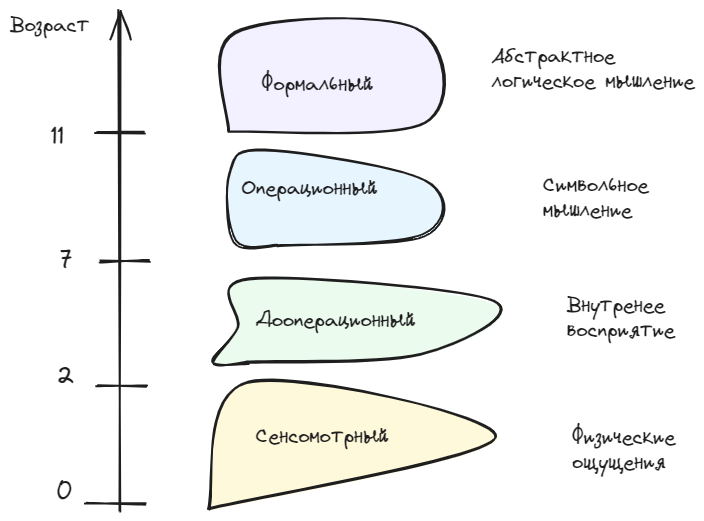
This is diplom/assets/pedagogic/psy/piage.excalidraw.png from NMashalov/EducationGenerativeModelApplication, a Excalidraw export, as it was before one commit. Source tidied: one line per element, renumbered; positions are measured from the earlier drawing's top-left corner, leaving out a move shared by most shapes. Its diagram source:
```json
{"id": 0, "type": "line", "strokeColor": "#1e1e1e", "backgroundColor": "#ebfbee", "fillStyle": "solid", "strokeWidth": 2, "roughness": 1, "round": true, "x": 237, "y": 352, "width": 281, "height": 85, "points": [[0, 0], [-34, -1], [-10, -34], [3, -85], [247, -61], [174, -8], [0, 0]]}
{"id": 1, "type": "line", "strokeColor": "#1e1e1e", "backgroundColor": "#fff9db", "fillStyle": "solid", "strokeWidth": 2, "roughness": 1, "round": true, "x": 200, "y": 498, "width": 286, "height": 126, "points": [[0, 0], [38, -126], [286, -72], [0, 0]]}
{"id": 2, "type": "text", "text": "Сенсомотрный \n", "strokeColor": "#1e1e1e", "strokeWidth": 2, "roughness": 1, "fontSize": 20, "fontFamily": 1, "x": 245, "y": 413, "width": 143, "height": 50}
{"id": 3, "type": "text", "text": "Дооперационный\n ", "strokeColor": "#1e1e1e", "backgroundColor": "#fff9db", "fillStyle": "solid", "strokeWidth": 2, "roughness": 1, "fontSize": 20, "fontFamily": 1, "x": 246, "y": 297, "width": 160, "height": 50}
{"id": 4, "type": "arrow", "strokeColor": "#1e1e1e", "backgroundColor": "#e3fafc", "fillStyle": "solid", "strokeWidth": 2, "roughness": 1, "endArrowhead": "arrow", "round": true, "x": 109, "y": 500, "width": 0, "height": 500, "points": [[0, 0], [0, -500]]}
{"id": 5, "type": "line", "strokeColor": "#1e1e1e", "backgroundColor": "#e7f5ff", "fillStyle": "solid", "strokeWidth": 2, "roughness": 1, "round": true, "x": 268, "y": 235, "width": 194, "height": 95, "points": [[0, 0], [-44, -4], [-48, -72], [-12, -95], [147, -66], [146, -10], [0, 0]]}
{"id": 6, "type": "line", "strokeColor": "#1e1e1e", "backgroundColor": "#f3f0ff", "fillStyle": "solid", "strokeWidth": 2, "roughness": 1, "round": true, "x": 218, "y": 121, "width": 196, "height": 103, "points": [[0, 0], [6, -99], [187, -103], [196, -8], [0, 0]]}
{"id": 7, "type": "text", "text": "Формальный", "strokeColor": "#1e1e1e", "backgroundColor": "#fff9db", "fillStyle": "solid", "strokeWidth": 2, "roughness": 1, "fontSize": 20, "fontFamily": 1, "x": 252, "y": 61, "width": 112, "height": 25}
{"id": 8, "type": "text", "text": "Операционный", "strokeColor": "#1e1e1e", "backgroundColor": "#fff9db", "fillStyle": "solid", "strokeWidth": 2, "roughness": 1, "fontSize": 20, "fontFamily": 1, "x": 231, "y": 166, "width": 136, "height": 25}
{"id": 9, "type": "line", "strokeColor": "#1e1e1e", "backgroundColor": "#fff9db", "fillStyle": "solid", "strokeWidth": 2, "roughness": 1, "round": true, "x": 85, "y": 122, "width": 50, "height": 0, "points": [[0, 0], [50, 0]]}
{"id": 10, "type": "text", "text": "11", "strokeColor": "#1e1e1e", "backgroundColor": "#fff9db", "fillStyle": "solid", "strokeWidth": 2, "roughness": 1, "fontSize": 24.81, "fontFamily": 1, "x": 41, "y": 111, "width": 13, "height": 31}
{"id": 11, "type": "text", "text": "7 ", "strokeColor": "#1e1e1e", "backgroundColor": "#fff9db", "fillStyle": "solid", "strokeWidth": 2, "roughness": 1, "fontSize": 24.81, "fontFamily": 1, "x": 50, "y": 236, "width": 26, "height": 31}
{"id": 12, "type": "line", "strokeColor": "#1e1e1e", "backgroundColor": "#fff9db", "fillStyle": "solid", "strokeWidth": 2, "roughness": 1, "round": true, "x": 89, "y": 251, "width": 50, "height": 0, "points": [[0, 0], [50, 0]]}
{"id": 13, "type": "line", "strokeColor": "#1e1e1e", "backgroundColor": "#fff9db", "fillStyle": "solid", "strokeWidth": 2, "roughness": 1, "round": true, "x": 87, "y": 375, "width": 50, "height": 0, "points": [[0, 0], [50, 0]]}
{"id": 14, "type": "text", "text": "Возраст", "strokeColor": "#1e1e1e", "backgroundColor": "#fff9db", "fillStyle": "solid", "strokeWidth": 2, "roughness": 1, "fontSize": 20, "fontFamily": 1, "x": 0, "y": 2, "width": 79, "height": 25}
{"id": 15, "type": "text", "text": "2", "strokeColor": "#1e1e1e", "backgroundColor": "#fff9db", "fillStyle": "solid", "strokeWidth": 2, "roughness": 1, "fontSize": 24.81, "fontFamily": 1, "x": 46, "y": 350, "width": 18, "height": 31}
{"id": 16, "type": "line", "strokeColor": "#1e1e1e", "backgroundColor": "#fff9db", "fillStyle": "solid", "strokeWidth": 2, "roughness": 1, "round": true, "x": 76, "y": 492, "width": 59, "height": 1, "points": [[0, 0], [59, 1]]}
{"id": 17, "type": "text", "text": "0", "strokeColor": "#1e1e1e", "backgroundColor": "#fff9db", "fillStyle": "solid", "strokeWidth": 2, "roughness": 1, "fontSize": 24.81, "fontFamily": 1, "x": 46, "y": 466, "width": 17, "height": 31}
{"id": 18, "type": "text", "text": "Физические\nощущения", "strokeColor": "#1e1e1e", "backgroundColor": "#fff9db", "fillStyle": "solid", "strokeWidth": 2, "roughness": 1, "fontSize": 20, "fontFamily": 1, "x": 562, "y": 415, "width": 103, "height": 50}
{"id": 19, "type": "text", "text": "Абстрактное\nлогическое мышление", "strokeColor": "#1e1e1e", "backgroundColor": "#fff9db", "fillStyle": "solid", "strokeWidth": 2, "roughness": 1, "fontSize": 20, "fontFamily": 1, "x": 481, "y": 33, "width": 203, "height": 50}
{"id": 20, "type": "text", "text": "Внутренее \nвосприятие", "strokeColor": "#1e1e1e", "backgroundColor": "#fff9db", "fillStyle": "solid", "strokeWidth": 2, "roughness": 1, "fontSize": 20, "fontFamily": 1, "x": 557, "y": 283, "width": 108, "height": 50}
{"id": 21, "type": "text", "text": "Символьное\nмышление", "strokeColor": "#1e1e1e", "backgroundColor": "#fff9db", "fillStyle": "solid", "strokeWidth": 2, "roughness": 1, "fontSize": 20, "fontFamily": 1, "x": 533, "y": 162, "width": 106, "height": 50}
```
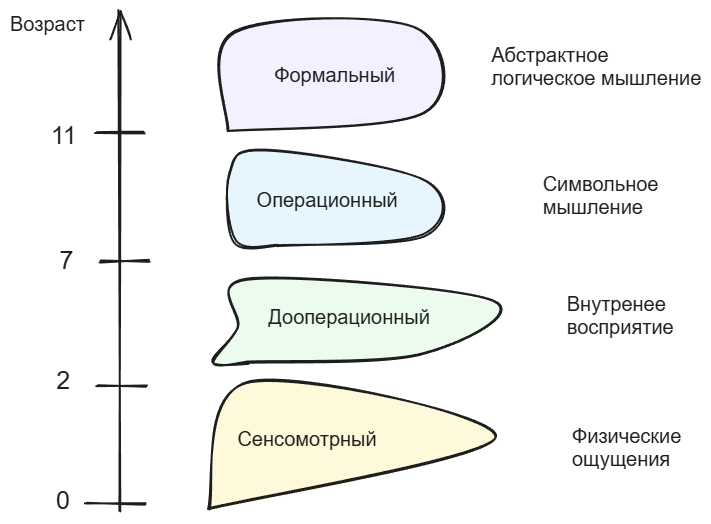
After the change.

Diff of the diagram source:
```diff
@@ -1,22 +1,22 @@
 {"id": 0, "type": "line", "strokeColor": "#1e1e1e", "backgroundColor": "#ebfbee", "fillStyle": "solid", "strokeWidth": 2, "roughness": 1, "round": true, "x": 237, "y": 352, "width": 281, "height": 85, "points": [[0, 0], [-34, -1], [-10, -34], [3, -85], [247, -61], [174, -8], [0, 0]]}
 {"id": 1, "type": "line", "strokeColor": "#1e1e1e", "backgroundColor": "#fff9db", "fillStyle": "solid", "strokeWidth": 2, "roughness": 1, "round": true, "x": 200, "y": 498, "width": 286, "height": 126, "points": [[0, 0], [38, -126], [286, -72], [0, 0]]}
-{"id": 2, "type": "text", "text": "Сенсомотрный \n", "strokeColor": "#1e1e1e", "strokeWidth": 2, "roughness": 1, "fontSize": 20, "fontFamily": 1, "x": 245, "y": 413, "width": 143, "height": 50}
+{"id": 2, "type": "text", "text": "Сенсомотрный \n", "strokeColor": "#1e1e1e", "strokeWidth": 2, "roughness": 1, "fontSize": 20, "fontFamily": 2, "x": 227, "y": 418, "width": 145, "height": 46}
-{"id": 3, "type": "text", "text": "Дооперационный\n ", "strokeColor": "#1e1e1e", "backgroundColor": "#fff9db", "fillStyle": "solid", "strokeWidth": 2, "roughness": 1, "fontSize": 20, "fontFamily": 1, "x": 246, "y": 297, "width": 160, "height": 50}
+{"id": 3, "type": "text", "text": "Дооперационный\n ", "strokeColor": "#1e1e1e", "backgroundColor": "#fff9db", "fillStyle": "solid", "strokeWidth": 2, "roughness": 1, "fontSize": 20, "fontFamily": 2, "x": 258, "y": 295, "width": 162, "height": 46}
 {"id": 4, "type": "arrow", "strokeColor": "#1e1e1e", "backgroundColor": "#e3fafc", "fillStyle": "solid", "strokeWidth": 2, "roughness": 1, "endArrowhead": "arrow", "round": true, "x": 109, "y": 500, "width": 0, "height": 500, "points": [[0, 0], [0, -500]]}
 {"id": 5, "type": "line", "strokeColor": "#1e1e1e", "backgroundColor": "#e7f5ff", "fillStyle": "solid", "strokeWidth": 2, "roughness": 1, "round": true, "x": 268, "y": 235, "width": 194, "height": 95, "points": [[0, 0], [-44, -4], [-48, -72], [-12, -95], [147, -66], [146, -10], [0, 0]]}
-{"id": 6, "type": "line", "strokeColor": "#1e1e1e", "backgroundColor": "#f3f0ff", "fillStyle": "solid", "strokeWidth": 2, "roughness": 1, "round": true, "x": 218, "y": 121, "width": 196, "height": 103, "points": [[0, 0], [6, -99], [187, -103], [196, -8], [0, 0]]}
+{"id": 6, "type": "line", "strokeColor": "#1e1e1e", "backgroundColor": "#f3f0ff", "fillStyle": "solid", "strokeWidth": 2, "roughness": 1, "round": true, "x": 218, "y": 121, "width": 196, "height": 103, "points": [[0, 0], [6, -99], [187, -103], [196, -17], [0, 0]]}
-{"id": 7, "type": "text", "text": "Формальный", "strokeColor": "#1e1e1e", "backgroundColor": "#fff9db", "fillStyle": "solid", "strokeWidth": 2, "roughness": 1, "fontSize": 20, "fontFamily": 1, "x": 252, "y": 61, "width": 112, "height": 25}
+{"id": 7, "type": "text", "text": "Формальный", "strokeColor": "#1e1e1e", "backgroundColor": "#fff9db", "fillStyle": "solid", "strokeWidth": 2, "roughness": 1, "fontSize": 20, "fontFamily": 2, "x": 264, "y": 54, "width": 121, "height": 23}
-{"id": 8, "type": "text", "text": "Операционный", "strokeColor": "#1e1e1e", "backgroundColor": "#fff9db", "fillStyle": "solid", "strokeWidth": 2, "roughness": 1, "fontSize": 20, "fontFamily": 1, "x": 231, "y": 166, "width": 136, "height": 25}
+{"id": 8, "type": "text", "text": "Операционный", "strokeColor": "#1e1e1e", "backgroundColor": "#fff9db", "fillStyle": "solid", "strokeWidth": 2, "roughness": 1, "fontSize": 20, "fontFamily": 2, "x": 247, "y": 178, "width": 141, "height": 23}
 {"id": 9, "type": "line", "strokeColor": "#1e1e1e", "backgroundColor": "#fff9db", "fillStyle": "solid", "strokeWidth": 2, "roughness": 1, "round": true, "x": 85, "y": 122, "width": 50, "height": 0, "points": [[0, 0], [50, 0]]}
-{"id": 10, "type": "text", "text": "11", "strokeColor": "#1e1e1e", "backgroundColor": "#fff9db", "fillStyle": "solid", "strokeWidth": 2, "roughness": 1, "fontSize": 24.81, "fontFamily": 1, "x": 41, "y": 111, "width": 13, "height": 31}
+{"id": 10, "type": "text", "text": "11", "strokeColor": "#1e1e1e", "backgroundColor": "#fff9db", "fillStyle": "solid", "strokeWidth": 2, "roughness": 1, "fontSize": 24.81, "fontFamily": 2, "x": 41, "y": 111, "width": 26, "height": 29}
-{"id": 11, "type": "text", "text": "7 ", "strokeColor": "#1e1e1e", "backgroundColor": "#fff9db", "fillStyle": "solid", "strokeWidth": 2, "roughness": 1, "fontSize": 24.81, "fontFamily": 1, "x": 50, "y": 236, "width": 26, "height": 31}
+{"id": 11, "type": "text", "text": "7 ", "strokeColor": "#1e1e1e", "backgroundColor": "#fff9db", "fillStyle": "solid", "strokeWidth": 2, "roughness": 1, "fontSize": 24.81, "fontFamily": 2, "x": 50, "y": 236, "width": 21, "height": 29}
 {"id": 12, "type": "line", "strokeColor": "#1e1e1e", "backgroundColor": "#fff9db", "fillStyle": "solid", "strokeWidth": 2, "roughness": 1, "round": true, "x": 89, "y": 251, "width": 50, "height": 0, "points": [[0, 0], [50, 0]]}
 {"id": 13, "type": "line", "strokeColor": "#1e1e1e", "backgroundColor": "#fff9db", "fillStyle": "solid", "strokeWidth": 2, "roughness": 1, "round": true, "x": 87, "y": 375, "width": 50, "height": 0, "points": [[0, 0], [50, 0]]}
-{"id": 14, "type": "text", "text": "Возраст", "strokeColor": "#1e1e1e", "backgroundColor": "#fff9db", "fillStyle": "solid", "strokeWidth": 2, "roughness": 1, "fontSize": 20, "fontFamily": 1, "x": 0, "y": 2, "width": 79, "height": 25}
+{"id": 14, "type": "text", "text": "Возраст", "strokeColor": "#1e1e1e", "backgroundColor": "#fff9db", "fillStyle": "solid", "strokeWidth": 2, "roughness": 1, "fontSize": 20, "fontFamily": 2, "x": 0, "y": 2, "width": 75, "height": 23}
-{"id": 15, "type": "text", "text": "2", "strokeColor": "#1e1e1e", "backgroundColor": "#fff9db", "fillStyle": "solid", "strokeWidth": 2, "roughness": 1, "fontSize": 24.81, "fontFamily": 1, "x": 46, "y": 350, "width": 18, "height": 31}
+{"id": 15, "type": "text", "text": "2", "strokeColor": "#1e1e1e", "backgroundColor": "#fff9db", "fillStyle": "solid", "strokeWidth": 2, "roughness": 1, "fontSize": 24.81, "fontFamily": 2, "x": 46, "y": 355, "width": 14, "height": 29}
 {"id": 16, "type": "line", "strokeColor": "#1e1e1e", "backgroundColor": "#fff9db", "fillStyle": "solid", "strokeWidth": 2, "roughness": 1, "round": true, "x": 76, "y": 492, "width": 59, "height": 1, "points": [[0, 0], [59, 1]]}
-{"id": 17, "type": "text", "text": "0", "strokeColor": "#1e1e1e", "backgroundColor": "#fff9db", "fillStyle": "solid", "strokeWidth": 2, "roughness": 1, "fontSize": 24.81, "fontFamily": 1, "x": 46, "y": 466, "width": 17, "height": 31}
+{"id": 17, "type": "text", "text": "0", "strokeColor": "#1e1e1e", "backgroundColor": "#fff9db", "fillStyle": "solid", "strokeWidth": 2, "roughness": 1, "fontSize": 24.81, "fontFamily": 2, "x": 46, "y": 475, "width": 14, "height": 29}
-{"id": 18, "type": "text", "text": "Физические\nощущения", "strokeColor": "#1e1e1e", "backgroundColor": "#fff9db", "fillStyle": "solid", "strokeWidth": 2, "roughness": 1, "fontSize": 20, "fontFamily": 1, "x": 562, "y": 415, "width": 103, "height": 50}
+{"id": 18, "type": "text", "text": "Физические\nощущения", "strokeColor": "#1e1e1e", "backgroundColor": "#fff9db", "fillStyle": "solid", "strokeWidth": 2, "roughness": 1, "fontSize": 20, "fontFamily": 2, "x": 562, "y": 415, "width": 109, "height": 46}
-{"id": 19, "type": "text", "text": "Абстрактное\nлогическое мышление", "strokeColor": "#1e1e1e", "backgroundColor": "#fff9db", "fillStyle": "solid", "strokeWidth": 2, "roughness": 1, "fontSize": 20, "fontFamily": 1, "x": 481, "y": 33, "width": 203, "height": 50}
+{"id": 19, "type": "text", "text": "Абстрактное\nлогическое мышление", "strokeColor": "#1e1e1e", "backgroundColor": "#fff9db", "fillStyle": "solid", "strokeWidth": 2, "roughness": 1, "fontSize": 20, "fontFamily": 2, "x": 481, "y": 33, "width": 210, "height": 46}
-{"id": 20, "type": "text", "text": "Внутренее \nвосприятие", "strokeColor": "#1e1e1e", "backgroundColor": "#fff9db", "fillStyle": "solid", "strokeWidth": 2, "roughness": 1, "fontSize": 20, "fontFamily": 1, "x": 557, "y": 283, "width": 108, "height": 50}
+{"id": 20, "type": "text", "text": "Внутренее \nвосприятие", "strokeColor": "#1e1e1e", "backgroundColor": "#fff9db", "fillStyle": "solid", "strokeWidth": 2, "roughness": 1, "fontSize": 20, "fontFamily": 2, "x": 557, "y": 283, "width": 107, "height": 46}
-{"id": 21, "type": "text", "text": "Символьное\nмышление", "strokeColor": "#1e1e1e", "backgroundColor": "#fff9db", "fillStyle": "solid", "strokeWidth": 2, "roughness": 1, "fontSize": 20, "fontFamily": 1, "x": 533, "y": 162, "width": 106, "height": 50}
+{"id": 21, "type": "text", "text": "Символьное\nмышление", "strokeColor": "#1e1e1e", "backgroundColor": "#fff9db", "fillStyle": "solid", "strokeWidth": 2, "roughness": 1, "fontSize": 20, "fontFamily": 2, "x": 533, "y": 162, "width": 116, "height": 46}
```
